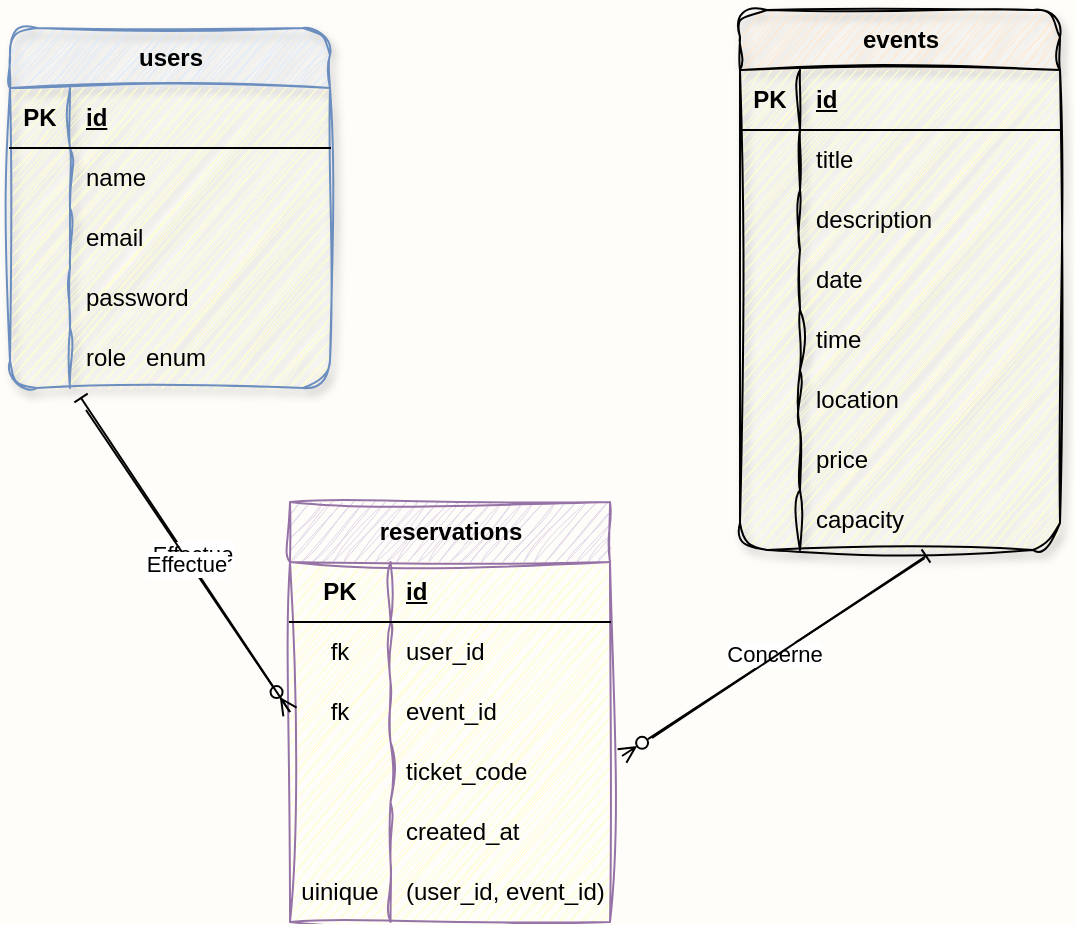
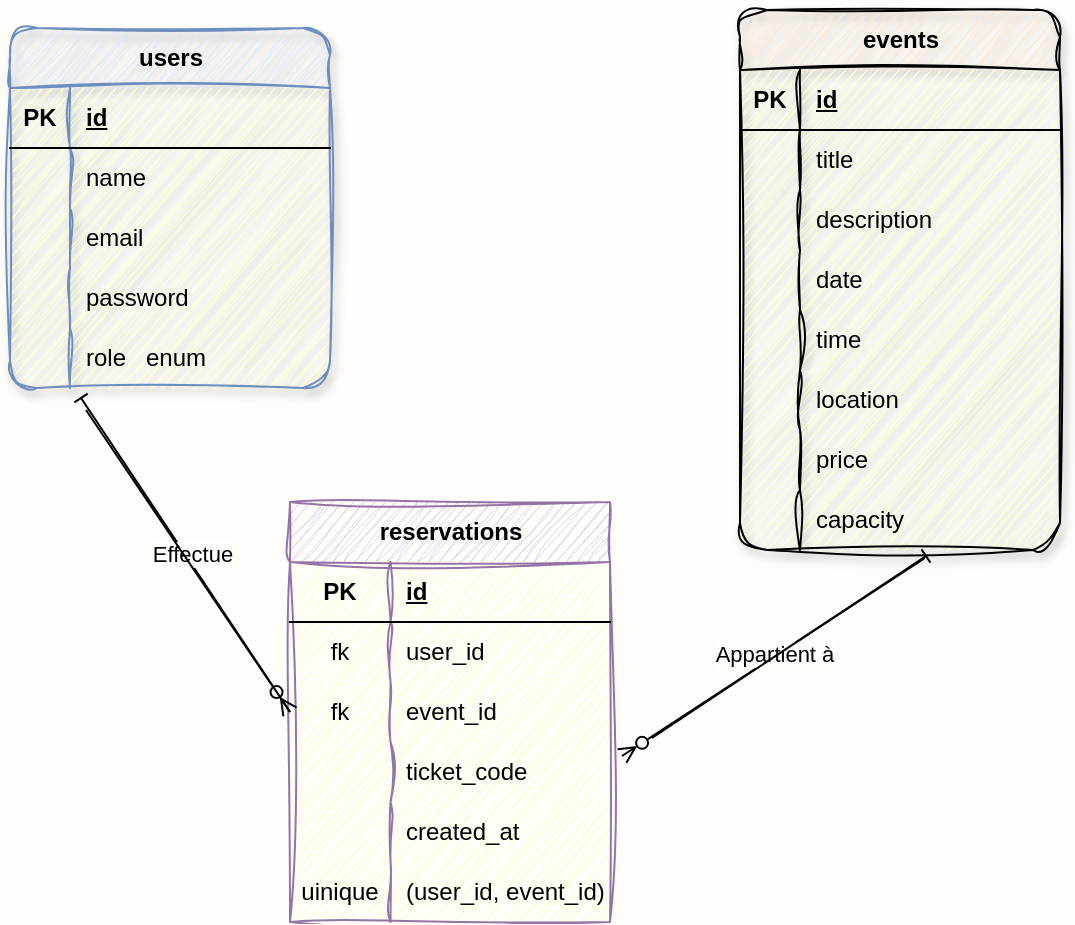
<mxfile host="65bd71144e">
    <diagram id="6lxJdS2BlGBezG8UISjk" name="Page-1">
-         <mxGraphModel dx="743" dy="398" grid="0" gridSize="10" guides="1" tooltips="1" connect="1" arrows="1" fold="1" page="1" pageScale="1" pageWidth="850" pageHeight="1100" background="#FFFDFA" math="0" shadow="0">
+         <mxGraphModel dx="998" dy="466" grid="0" gridSize="10" guides="1" tooltips="1" connect="1" arrows="1" fold="1" page="1" pageScale="1" pageWidth="850" pageHeight="1100" background="#FFFDFA" math="0" shadow="0">
            <root>
                <mxCell id="0"/>
                <mxCell id="1" parent="0"/>
                <mxCell id="7" value="users" style="shape=table;startSize=30;container=1;collapsible=1;childLayout=tableLayout;fixedRows=1;rowLines=0;fontStyle=1;align=center;resizeLast=1;html=1;fillColor=#dae8fc;strokeColor=#6c8ebf;swimlaneFillColor=#FFFFCC;sketch=1;curveFitting=1;jiggle=2;rounded=1;shadow=1;" parent="1" vertex="1">
                    <mxGeometry x="60" y="110" width="160" height="180" as="geometry"/>
                </mxCell>
                <mxCell id="8" value="" style="shape=tableRow;horizontal=0;startSize=0;swimlaneHead=0;swimlaneBody=0;fillColor=none;collapsible=0;dropTarget=0;points=[[0,0.5],[1,0.5]];portConstraint=eastwest;top=0;left=0;right=0;bottom=1;" parent="7" vertex="1">
                    <mxGeometry y="30" width="160" height="30" as="geometry"/>
                </mxCell>
                <mxCell id="9" value="PK" style="shape=partialRectangle;connectable=0;fillColor=none;top=0;left=0;bottom=0;right=0;fontStyle=1;overflow=hidden;whiteSpace=wrap;html=1;" parent="8" vertex="1">
                    <mxGeometry width="30" height="30" as="geometry">
                        <mxRectangle width="30" height="30" as="alternateBounds"/>
                    </mxGeometry>
                </mxCell>
                <mxCell id="10" value="id" style="shape=partialRectangle;connectable=0;fillColor=none;top=0;left=0;bottom=0;right=0;align=left;spacingLeft=6;fontStyle=5;overflow=hidden;whiteSpace=wrap;html=1;" parent="8" vertex="1">
                    <mxGeometry x="30" width="130" height="30" as="geometry">
                        <mxRectangle width="130" height="30" as="alternateBounds"/>
                    </mxGeometry>
                </mxCell>
                <mxCell id="11" value="" style="shape=tableRow;horizontal=0;startSize=0;swimlaneHead=0;swimlaneBody=0;fillColor=none;collapsible=0;dropTarget=0;points=[[0,0.5],[1,0.5]];portConstraint=eastwest;top=0;left=0;right=0;bottom=0;" parent="7" vertex="1">
                    <mxGeometry y="60" width="160" height="30" as="geometry"/>
                </mxCell>
                <mxCell id="12" value="" style="shape=partialRectangle;connectable=0;fillColor=none;top=0;left=0;bottom=0;right=0;editable=1;overflow=hidden;whiteSpace=wrap;html=1;" parent="11" vertex="1">
                    <mxGeometry width="30" height="30" as="geometry">
                        <mxRectangle width="30" height="30" as="alternateBounds"/>
                    </mxGeometry>
                </mxCell>
                <mxCell id="13" value="name" style="shape=partialRectangle;connectable=0;fillColor=none;top=0;left=0;bottom=0;right=0;align=left;spacingLeft=6;overflow=hidden;whiteSpace=wrap;html=1;" parent="11" vertex="1">
                    <mxGeometry x="30" width="130" height="30" as="geometry">
                        <mxRectangle width="130" height="30" as="alternateBounds"/>
                    </mxGeometry>
                </mxCell>
                <mxCell id="14" value="" style="shape=tableRow;horizontal=0;startSize=0;swimlaneHead=0;swimlaneBody=0;fillColor=none;collapsible=0;dropTarget=0;points=[[0,0.5],[1,0.5]];portConstraint=eastwest;top=0;left=0;right=0;bottom=0;" parent="7" vertex="1">
                    <mxGeometry y="90" width="160" height="30" as="geometry"/>
                </mxCell>
                <mxCell id="15" value="" style="shape=partialRectangle;connectable=0;fillColor=none;top=0;left=0;bottom=0;right=0;editable=1;overflow=hidden;whiteSpace=wrap;html=1;" parent="14" vertex="1">
                    <mxGeometry width="30" height="30" as="geometry">
                        <mxRectangle width="30" height="30" as="alternateBounds"/>
                    </mxGeometry>
                </mxCell>
                <mxCell id="16" value="email" style="shape=partialRectangle;connectable=0;fillColor=none;top=0;left=0;bottom=0;right=0;align=left;spacingLeft=6;overflow=hidden;whiteSpace=wrap;html=1;" parent="14" vertex="1">
                    <mxGeometry x="30" width="130" height="30" as="geometry">
                        <mxRectangle width="130" height="30" as="alternateBounds"/>
                    </mxGeometry>
                </mxCell>
                <mxCell id="17" value="" style="shape=tableRow;horizontal=0;startSize=0;swimlaneHead=0;swimlaneBody=0;fillColor=none;collapsible=0;dropTarget=0;points=[[0,0.5],[1,0.5]];portConstraint=eastwest;top=0;left=0;right=0;bottom=0;" parent="7" vertex="1">
                    <mxGeometry y="120" width="160" height="30" as="geometry"/>
                </mxCell>
                <mxCell id="18" value="" style="shape=partialRectangle;connectable=0;fillColor=none;top=0;left=0;bottom=0;right=0;editable=1;overflow=hidden;whiteSpace=wrap;html=1;" parent="17" vertex="1">
                    <mxGeometry width="30" height="30" as="geometry">
                        <mxRectangle width="30" height="30" as="alternateBounds"/>
                    </mxGeometry>
                </mxCell>
                <mxCell id="19" value="password" style="shape=partialRectangle;connectable=0;fillColor=none;top=0;left=0;bottom=0;right=0;align=left;spacingLeft=6;overflow=hidden;whiteSpace=wrap;html=1;shadow=1;sketch=1;curveFitting=1;jiggle=2;" parent="17" vertex="1">
                    <mxGeometry x="30" width="130" height="30" as="geometry">
                        <mxRectangle width="130" height="30" as="alternateBounds"/>
                    </mxGeometry>
                </mxCell>
                <mxCell id="20" value="" style="shape=tableRow;horizontal=0;startSize=0;swimlaneHead=0;swimlaneBody=0;fillColor=none;collapsible=0;dropTarget=0;points=[[0,0.5],[1,0.5]];portConstraint=eastwest;top=0;left=0;right=0;bottom=0;" parent="7" vertex="1">
                    <mxGeometry y="150" width="160" height="30" as="geometry"/>
                </mxCell>
                <mxCell id="21" value="" style="shape=partialRectangle;connectable=0;fillColor=none;top=0;left=0;bottom=0;right=0;editable=1;overflow=hidden;whiteSpace=wrap;html=1;" parent="20" vertex="1">
                    <mxGeometry width="30" height="30" as="geometry">
                        <mxRectangle width="30" height="30" as="alternateBounds"/>
                    </mxGeometry>
                </mxCell>
                <mxCell id="22" value="role&amp;nbsp; &amp;nbsp;enum" style="shape=partialRectangle;connectable=0;fillColor=none;top=0;left=0;bottom=0;right=0;align=left;spacingLeft=6;overflow=hidden;whiteSpace=wrap;html=1;" parent="20" vertex="1">
                    <mxGeometry x="30" width="130" height="30" as="geometry">
                        <mxRectangle width="130" height="30" as="alternateBounds"/>
                    </mxGeometry>
                </mxCell>
                <mxCell id="23" value="events" style="shape=table;startSize=30;container=1;collapsible=1;childLayout=tableLayout;fixedRows=1;rowLines=0;fontStyle=1;align=center;resizeLast=1;html=1;fillColor=#ffe6cc;strokeColor=default;gradientColor=none;swimlaneFillColor=#FFFFCC;shadow=1;rounded=1;sketch=1;curveFitting=1;jiggle=2;" parent="1" vertex="1">
                    <mxGeometry x="425" y="101" width="160" height="270" as="geometry"/>
                </mxCell>
                <mxCell id="24" value="" style="shape=tableRow;horizontal=0;startSize=0;swimlaneHead=0;swimlaneBody=0;fillColor=none;collapsible=0;dropTarget=0;points=[[0,0.5],[1,0.5]];portConstraint=eastwest;top=0;left=0;right=0;bottom=1;" parent="23" vertex="1">
                    <mxGeometry y="30" width="160" height="30" as="geometry"/>
                </mxCell>
                <mxCell id="25" value="PK" style="shape=partialRectangle;connectable=0;fillColor=none;top=0;left=0;bottom=0;right=0;fontStyle=1;overflow=hidden;whiteSpace=wrap;html=1;" parent="24" vertex="1">
                    <mxGeometry width="30" height="30" as="geometry">
                        <mxRectangle width="30" height="30" as="alternateBounds"/>
                    </mxGeometry>
                </mxCell>
                <mxCell id="26" value="id" style="shape=partialRectangle;connectable=0;fillColor=none;top=0;left=0;bottom=0;right=0;align=left;spacingLeft=6;fontStyle=5;overflow=hidden;whiteSpace=wrap;html=1;" parent="24" vertex="1">
                    <mxGeometry x="30" width="130" height="30" as="geometry">
                        <mxRectangle width="130" height="30" as="alternateBounds"/>
                    </mxGeometry>
                </mxCell>
                <mxCell id="27" value="" style="shape=tableRow;horizontal=0;startSize=0;swimlaneHead=0;swimlaneBody=0;fillColor=none;collapsible=0;dropTarget=0;points=[[0,0.5],[1,0.5]];portConstraint=eastwest;top=0;left=0;right=0;bottom=0;" parent="23" vertex="1">
                    <mxGeometry y="60" width="160" height="30" as="geometry"/>
                </mxCell>
                <mxCell id="28" value="" style="shape=partialRectangle;connectable=0;fillColor=none;top=0;left=0;bottom=0;right=0;editable=1;overflow=hidden;whiteSpace=wrap;html=1;" parent="27" vertex="1">
                    <mxGeometry width="30" height="30" as="geometry">
                        <mxRectangle width="30" height="30" as="alternateBounds"/>
                    </mxGeometry>
                </mxCell>
                <mxCell id="29" value="title" style="shape=partialRectangle;connectable=0;fillColor=none;top=0;left=0;bottom=0;right=0;align=left;spacingLeft=6;overflow=hidden;whiteSpace=wrap;html=1;" parent="27" vertex="1">
                    <mxGeometry x="30" width="130" height="30" as="geometry">
                        <mxRectangle width="130" height="30" as="alternateBounds"/>
                    </mxGeometry>
                </mxCell>
                <mxCell id="30" value="" style="shape=tableRow;horizontal=0;startSize=0;swimlaneHead=0;swimlaneBody=0;fillColor=none;collapsible=0;dropTarget=0;points=[[0,0.5],[1,0.5]];portConstraint=eastwest;top=0;left=0;right=0;bottom=0;" parent="23" vertex="1">
                    <mxGeometry y="90" width="160" height="30" as="geometry"/>
                </mxCell>
                <mxCell id="31" value="" style="shape=partialRectangle;connectable=0;fillColor=none;top=0;left=0;bottom=0;right=0;editable=1;overflow=hidden;whiteSpace=wrap;html=1;" parent="30" vertex="1">
                    <mxGeometry width="30" height="30" as="geometry">
                        <mxRectangle width="30" height="30" as="alternateBounds"/>
                    </mxGeometry>
                </mxCell>
                <mxCell id="32" value="description" style="shape=partialRectangle;connectable=0;fillColor=none;top=0;left=0;bottom=0;right=0;align=left;spacingLeft=6;overflow=hidden;whiteSpace=wrap;html=1;" parent="30" vertex="1">
                    <mxGeometry x="30" width="130" height="30" as="geometry">
                        <mxRectangle width="130" height="30" as="alternateBounds"/>
                    </mxGeometry>
                </mxCell>
                <mxCell id="33" value="" style="shape=tableRow;horizontal=0;startSize=0;swimlaneHead=0;swimlaneBody=0;fillColor=none;collapsible=0;dropTarget=0;points=[[0,0.5],[1,0.5]];portConstraint=eastwest;top=0;left=0;right=0;bottom=0;" parent="23" vertex="1">
                    <mxGeometry y="120" width="160" height="30" as="geometry"/>
                </mxCell>
                <mxCell id="34" value="" style="shape=partialRectangle;connectable=0;fillColor=none;top=0;left=0;bottom=0;right=0;editable=1;overflow=hidden;whiteSpace=wrap;html=1;" parent="33" vertex="1">
                    <mxGeometry width="30" height="30" as="geometry">
                        <mxRectangle width="30" height="30" as="alternateBounds"/>
                    </mxGeometry>
                </mxCell>
                <mxCell id="35" value="date" style="shape=partialRectangle;connectable=0;fillColor=none;top=0;left=0;bottom=0;right=0;align=left;spacingLeft=6;overflow=hidden;whiteSpace=wrap;html=1;" parent="33" vertex="1">
                    <mxGeometry x="30" width="130" height="30" as="geometry">
                        <mxRectangle width="130" height="30" as="alternateBounds"/>
                    </mxGeometry>
                </mxCell>
                <mxCell id="36" value="" style="shape=tableRow;horizontal=0;startSize=0;swimlaneHead=0;swimlaneBody=0;fillColor=none;collapsible=0;dropTarget=0;points=[[0,0.5],[1,0.5]];portConstraint=eastwest;top=0;left=0;right=0;bottom=0;" parent="23" vertex="1">
                    <mxGeometry y="150" width="160" height="30" as="geometry"/>
                </mxCell>
                <mxCell id="37" value="" style="shape=partialRectangle;connectable=0;fillColor=none;top=0;left=0;bottom=0;right=0;editable=1;overflow=hidden;whiteSpace=wrap;html=1;" parent="36" vertex="1">
                    <mxGeometry width="30" height="30" as="geometry">
                        <mxRectangle width="30" height="30" as="alternateBounds"/>
                    </mxGeometry>
                </mxCell>
                <mxCell id="38" value="time" style="shape=partialRectangle;connectable=0;fillColor=none;top=0;left=0;bottom=0;right=0;align=left;spacingLeft=6;overflow=hidden;whiteSpace=wrap;html=1;" parent="36" vertex="1">
                    <mxGeometry x="30" width="130" height="30" as="geometry">
                        <mxRectangle width="130" height="30" as="alternateBounds"/>
                    </mxGeometry>
                </mxCell>
                <mxCell id="39" value="" style="shape=tableRow;horizontal=0;startSize=0;swimlaneHead=0;swimlaneBody=0;fillColor=none;collapsible=0;dropTarget=0;points=[[0,0.5],[1,0.5]];portConstraint=eastwest;top=0;left=0;right=0;bottom=0;" parent="23" vertex="1">
                    <mxGeometry y="180" width="160" height="30" as="geometry"/>
                </mxCell>
                <mxCell id="40" value="" style="shape=partialRectangle;connectable=0;fillColor=none;top=0;left=0;bottom=0;right=0;editable=1;overflow=hidden;whiteSpace=wrap;html=1;" parent="39" vertex="1">
                    <mxGeometry width="30" height="30" as="geometry">
                        <mxRectangle width="30" height="30" as="alternateBounds"/>
                    </mxGeometry>
                </mxCell>
                <mxCell id="41" value="location" style="shape=partialRectangle;connectable=0;fillColor=none;top=0;left=0;bottom=0;right=0;align=left;spacingLeft=6;overflow=hidden;whiteSpace=wrap;html=1;" parent="39" vertex="1">
                    <mxGeometry x="30" width="130" height="30" as="geometry">
                        <mxRectangle width="130" height="30" as="alternateBounds"/>
                    </mxGeometry>
                </mxCell>
                <mxCell id="42" value="" style="shape=tableRow;horizontal=0;startSize=0;swimlaneHead=0;swimlaneBody=0;fillColor=none;collapsible=0;dropTarget=0;points=[[0,0.5],[1,0.5]];portConstraint=eastwest;top=0;left=0;right=0;bottom=0;" parent="23" vertex="1">
                    <mxGeometry y="210" width="160" height="30" as="geometry"/>
                </mxCell>
                <mxCell id="43" value="" style="shape=partialRectangle;connectable=0;fillColor=none;top=0;left=0;bottom=0;right=0;editable=1;overflow=hidden;whiteSpace=wrap;html=1;" parent="42" vertex="1">
                    <mxGeometry width="30" height="30" as="geometry">
                        <mxRectangle width="30" height="30" as="alternateBounds"/>
                    </mxGeometry>
                </mxCell>
                <mxCell id="44" value="price" style="shape=partialRectangle;connectable=0;fillColor=none;top=0;left=0;bottom=0;right=0;align=left;spacingLeft=6;overflow=hidden;whiteSpace=wrap;html=1;" parent="42" vertex="1">
                    <mxGeometry x="30" width="130" height="30" as="geometry">
                        <mxRectangle width="130" height="30" as="alternateBounds"/>
                    </mxGeometry>
                </mxCell>
                <mxCell id="45" value="" style="shape=tableRow;horizontal=0;startSize=0;swimlaneHead=0;swimlaneBody=0;fillColor=none;collapsible=0;dropTarget=0;points=[[0,0.5],[1,0.5]];portConstraint=eastwest;top=0;left=0;right=0;bottom=0;" parent="23" vertex="1">
                    <mxGeometry y="240" width="160" height="30" as="geometry"/>
                </mxCell>
                <mxCell id="46" value="" style="shape=partialRectangle;connectable=0;fillColor=none;top=0;left=0;bottom=0;right=0;editable=1;overflow=hidden;whiteSpace=wrap;html=1;" parent="45" vertex="1">
                    <mxGeometry width="30" height="30" as="geometry">
                        <mxRectangle width="30" height="30" as="alternateBounds"/>
                    </mxGeometry>
                </mxCell>
                <mxCell id="47" value="capacity" style="shape=partialRectangle;connectable=0;fillColor=none;top=0;left=0;bottom=0;right=0;align=left;spacingLeft=6;overflow=hidden;whiteSpace=wrap;html=1;" parent="45" vertex="1">
                    <mxGeometry x="30" width="130" height="30" as="geometry">
                        <mxRectangle width="130" height="30" as="alternateBounds"/>
                    </mxGeometry>
                </mxCell>
                <mxCell id="51" value="reservations" style="shape=table;startSize=30;container=1;collapsible=1;childLayout=tableLayout;fixedRows=1;rowLines=0;fontStyle=1;align=center;resizeLast=1;html=1;fillColor=#e1d5e7;strokeColor=#9673a6;swimlaneFillColor=#FFFFCC;sketch=1;curveFitting=1;jiggle=2;" parent="1" vertex="1">
                    <mxGeometry x="200" y="347" width="160" height="210" as="geometry"/>
                </mxCell>
                <mxCell id="52" value="" style="shape=tableRow;horizontal=0;startSize=0;swimlaneHead=0;swimlaneBody=0;fillColor=none;collapsible=0;dropTarget=0;points=[[0,0.5],[1,0.5]];portConstraint=eastwest;top=0;left=0;right=0;bottom=1;" parent="51" vertex="1">
                    <mxGeometry y="30" width="160" height="30" as="geometry"/>
                </mxCell>
                <mxCell id="53" value="PK" style="shape=partialRectangle;connectable=0;fillColor=none;top=0;left=0;bottom=0;right=0;fontStyle=1;overflow=hidden;whiteSpace=wrap;html=1;" parent="52" vertex="1">
                    <mxGeometry width="50.27085876464844" height="30" as="geometry">
                        <mxRectangle width="50.27085876464844" height="30" as="alternateBounds"/>
                    </mxGeometry>
                </mxCell>
                <mxCell id="54" value="id" style="shape=partialRectangle;connectable=0;fillColor=none;top=0;left=0;bottom=0;right=0;align=left;spacingLeft=6;fontStyle=5;overflow=hidden;whiteSpace=wrap;html=1;" parent="52" vertex="1">
                    <mxGeometry x="50.27085876464844" width="109.72914123535156" height="30" as="geometry">
                        <mxRectangle width="109.72914123535156" height="30" as="alternateBounds"/>
                    </mxGeometry>
                </mxCell>
                <mxCell id="55" value="" style="shape=tableRow;horizontal=0;startSize=0;swimlaneHead=0;swimlaneBody=0;fillColor=none;collapsible=0;dropTarget=0;points=[[0,0.5],[1,0.5]];portConstraint=eastwest;top=0;left=0;right=0;bottom=0;" parent="51" vertex="1">
                    <mxGeometry y="60" width="160" height="30" as="geometry"/>
                </mxCell>
                <mxCell id="56" value="fk" style="shape=partialRectangle;connectable=0;fillColor=none;top=0;left=0;bottom=0;right=0;editable=1;overflow=hidden;whiteSpace=wrap;html=1;" parent="55" vertex="1">
                    <mxGeometry width="50.27085876464844" height="30" as="geometry">
                        <mxRectangle width="50.27085876464844" height="30" as="alternateBounds"/>
                    </mxGeometry>
                </mxCell>
                <mxCell id="57" value="user_id" style="shape=partialRectangle;connectable=0;fillColor=none;top=0;left=0;bottom=0;right=0;align=left;spacingLeft=6;overflow=hidden;whiteSpace=wrap;html=1;shadow=1;" parent="55" vertex="1">
                    <mxGeometry x="50.27085876464844" width="109.72914123535156" height="30" as="geometry">
                        <mxRectangle width="109.72914123535156" height="30" as="alternateBounds"/>
                    </mxGeometry>
                </mxCell>
                <mxCell id="58" value="" style="shape=tableRow;horizontal=0;startSize=0;swimlaneHead=0;swimlaneBody=0;fillColor=none;collapsible=0;dropTarget=0;points=[[0,0.5],[1,0.5]];portConstraint=eastwest;top=0;left=0;right=0;bottom=0;" parent="51" vertex="1">
                    <mxGeometry y="90" width="160" height="30" as="geometry"/>
                </mxCell>
                <mxCell id="59" value="fk" style="shape=partialRectangle;connectable=0;fillColor=none;top=0;left=0;bottom=0;right=0;editable=1;overflow=hidden;whiteSpace=wrap;html=1;" parent="58" vertex="1">
                    <mxGeometry width="50.27085876464844" height="30" as="geometry">
                        <mxRectangle width="50.27085876464844" height="30" as="alternateBounds"/>
                    </mxGeometry>
                </mxCell>
                <mxCell id="60" value="event_id" style="shape=partialRectangle;connectable=0;fillColor=none;top=0;left=0;bottom=0;right=0;align=left;spacingLeft=6;overflow=hidden;whiteSpace=wrap;html=1;" parent="58" vertex="1">
                    <mxGeometry x="50.27085876464844" width="109.72914123535156" height="30" as="geometry">
                        <mxRectangle width="109.72914123535156" height="30" as="alternateBounds"/>
                    </mxGeometry>
                </mxCell>
                <mxCell id="61" value="" style="shape=tableRow;horizontal=0;startSize=0;swimlaneHead=0;swimlaneBody=0;fillColor=none;collapsible=0;dropTarget=0;points=[[0,0.5],[1,0.5]];portConstraint=eastwest;top=0;left=0;right=0;bottom=0;" parent="51" vertex="1">
                    <mxGeometry y="120" width="160" height="30" as="geometry"/>
                </mxCell>
                <mxCell id="62" value="" style="shape=partialRectangle;connectable=0;fillColor=none;top=0;left=0;bottom=0;right=0;editable=1;overflow=hidden;whiteSpace=wrap;html=1;" parent="61" vertex="1">
                    <mxGeometry width="50.27085876464844" height="30" as="geometry">
                        <mxRectangle width="50.27085876464844" height="30" as="alternateBounds"/>
                    </mxGeometry>
                </mxCell>
                <mxCell id="63" value="ticket_code" style="shape=partialRectangle;connectable=0;fillColor=none;top=0;left=0;bottom=0;right=0;align=left;spacingLeft=6;overflow=hidden;whiteSpace=wrap;html=1;" parent="61" vertex="1">
                    <mxGeometry x="50.27085876464844" width="109.72914123535156" height="30" as="geometry">
                        <mxRectangle width="109.72914123535156" height="30" as="alternateBounds"/>
                    </mxGeometry>
                </mxCell>
                <mxCell id="64" value="" style="shape=tableRow;horizontal=0;startSize=0;swimlaneHead=0;swimlaneBody=0;fillColor=none;collapsible=0;dropTarget=0;points=[[0,0.5],[1,0.5]];portConstraint=eastwest;top=0;left=0;right=0;bottom=0;" parent="51" vertex="1">
                    <mxGeometry y="150" width="160" height="30" as="geometry"/>
                </mxCell>
                <mxCell id="65" value="" style="shape=partialRectangle;connectable=0;fillColor=none;top=0;left=0;bottom=0;right=0;editable=1;overflow=hidden;whiteSpace=wrap;html=1;" parent="64" vertex="1">
                    <mxGeometry width="50.27085876464844" height="30" as="geometry">
                        <mxRectangle width="50.27085876464844" height="30" as="alternateBounds"/>
                    </mxGeometry>
                </mxCell>
                <mxCell id="66" value="&lt;span style=&quot;color: rgb(0, 0, 0);&quot;&gt;created_at&lt;/span&gt;" style="shape=partialRectangle;connectable=0;fillColor=none;top=0;left=0;bottom=0;right=0;align=left;spacingLeft=6;overflow=hidden;whiteSpace=wrap;html=1;" parent="64" vertex="1">
                    <mxGeometry x="50.27085876464844" width="109.72914123535156" height="30" as="geometry">
                        <mxRectangle width="109.72914123535156" height="30" as="alternateBounds"/>
                    </mxGeometry>
                </mxCell>
                <mxCell id="67" value="" style="shape=tableRow;horizontal=0;startSize=0;swimlaneHead=0;swimlaneBody=0;fillColor=none;collapsible=0;dropTarget=0;points=[[0,0.5],[1,0.5]];portConstraint=eastwest;top=0;left=0;right=0;bottom=0;" parent="51" vertex="1">
                    <mxGeometry y="180" width="160" height="30" as="geometry"/>
                </mxCell>
                <mxCell id="68" value="uinique" style="shape=partialRectangle;connectable=0;fillColor=none;top=0;left=0;bottom=0;right=0;editable=1;overflow=hidden;whiteSpace=wrap;html=1;" parent="67" vertex="1">
                    <mxGeometry width="50.27085876464844" height="30" as="geometry">
                        <mxRectangle width="50.27085876464844" height="30" as="alternateBounds"/>
                    </mxGeometry>
                </mxCell>
                <mxCell id="69" value="&lt;span style=&quot;color: rgb(0, 0, 0);&quot;&gt;(user_id,&amp;nbsp;&lt;/span&gt;&lt;span style=&quot;color: rgb(0, 0, 0);&quot;&gt;event_id)&lt;/span&gt;" style="shape=partialRectangle;connectable=0;fillColor=none;top=0;left=0;bottom=0;right=0;align=left;spacingLeft=6;overflow=hidden;whiteSpace=wrap;html=1;" parent="67" vertex="1">
                    <mxGeometry x="50.27085876464844" width="109.72914123535156" height="30" as="geometry">
                        <mxRectangle width="109.72914123535156" height="30" as="alternateBounds"/>
                    </mxGeometry>
                </mxCell>
                <mxCell id="90" value="" style="endArrow=none;html=1;rounded=0;entryX=0;entryY=0.5;entryDx=0;entryDy=0;exitX=0.222;exitY=1.167;exitDx=0;exitDy=0;exitPerimeter=0;startArrow=baseDash;startFill=0;" parent="1" source="20" target="58" edge="1">
                    <mxGeometry relative="1" as="geometry">
                        <mxPoint x="26" y="359" as="sourcePoint"/>
                        <mxPoint x="186" y="359" as="targetPoint"/>
                    </mxGeometry>
                </mxCell>
                <mxCell id="91" value="Effectue" style="edgeLabel;html=1;align=center;verticalAlign=middle;resizable=0;points=[];" parent="90" vertex="1" connectable="0">
                    <mxGeometry x="0.0027" y="2" relative="1" as="geometry">
                        <mxPoint x="1" as="offset"/>
                    </mxGeometry>
                </mxCell>
                <mxCell id="95" value="" style="endArrow=none;html=1;rounded=0;startArrow=ERzeroToMany;startFill=0;exitX=0;exitY=0.5;exitDx=0;exitDy=0;" parent="1" source="58" edge="1">
                    <mxGeometry relative="1" as="geometry">
                        <mxPoint x="103" y="405" as="sourcePoint"/>
                        <mxPoint x="98" y="301" as="targetPoint"/>
                    </mxGeometry>
                </mxCell>
-                 <mxCell id="96" value="Effectue" style="edgeLabel;html=1;align=center;verticalAlign=middle;resizable=0;points=[];" parent="95" vertex="1" connectable="0">
-                     <mxGeometry x="0.0027" y="2" relative="1" as="geometry">
-                         <mxPoint x="1" as="offset"/>
-                     </mxGeometry>
-                 </mxCell>
                <mxCell id="97" value="" style="endArrow=none;html=1;rounded=0;startArrow=ERzeroToMany;startFill=0;entryX=0.577;entryY=1.137;entryDx=0;entryDy=0;entryPerimeter=0;" parent="1" target="45" edge="1">
                    <mxGeometry relative="1" as="geometry">
                        <mxPoint x="366" y="474" as="sourcePoint"/>
                        <mxPoint x="360" y="299" as="targetPoint"/>
                    </mxGeometry>
                </mxCell>
-                 <mxCell id="98" value="Concerne" style="edgeLabel;html=1;align=center;verticalAlign=middle;resizable=0;points=[];" parent="97" vertex="1" connectable="0">
+                 <mxCell id="98" value="Appartient à" style="edgeLabel;html=1;align=center;verticalAlign=middle;resizable=0;points=[];" parent="97" vertex="1" connectable="0">
                    <mxGeometry x="0.0027" y="2" relative="1" as="geometry">
                        <mxPoint x="1" as="offset"/>
                    </mxGeometry>
                </mxCell>
                <mxCell id="101" value="" style="endArrow=none;html=1;rounded=0;startArrow=baseDash;startFill=0;" parent="1" edge="1">
                    <mxGeometry relative="1" as="geometry">
                        <mxPoint x="518" y="374" as="sourcePoint"/>
                        <mxPoint x="381" y="465" as="targetPoint"/>
                    </mxGeometry>
                </mxCell>
            </root>
        </mxGraphModel>
    </diagram>
</mxfile>